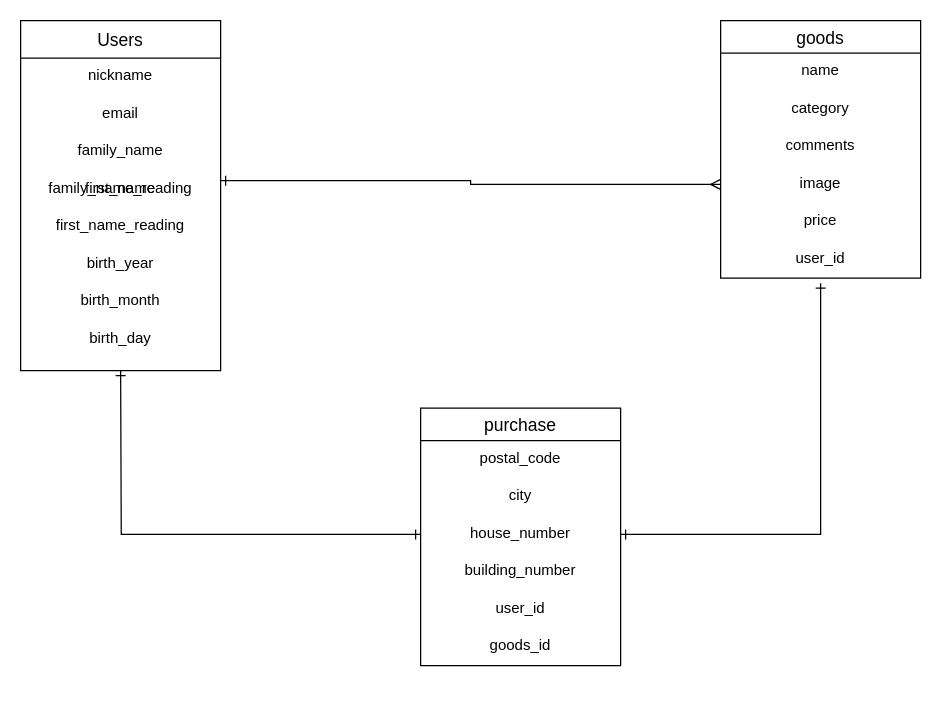
Before: furima.dio in xxxkana/furima-36249, a draw.io diagram. Source tidied: cells renumbered, new cells numbered last; positions are measured from the earlier drawing's top-left corner, leaving out a move shared by most shapes. Both pictures are drawn from the tidied source at 125%, with x=0, y=0 at pixel (20, 20).
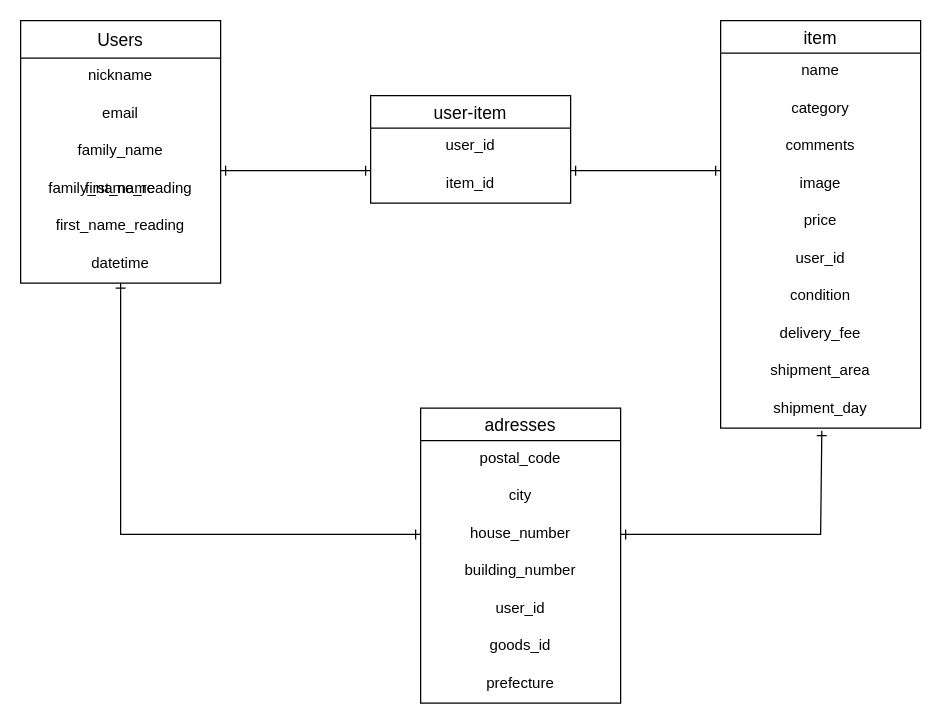
The same diagram, later.

Commit message (it also covers changes not shown here):
テーブル設計修正１

Unchanged cells that the change refers to:
```xml
<mxCell id="15" value="image" style="text;strokeColor=none;fillColor=none;spacingLeft=4;spacingRight=4;overflow=hidden;points=[[0,0.5],[1,0.5]];portConstraint=eastwest;fontSize=12;align=center;" parent="11" vertex="1">
  <mxGeometry y="116" width="160" height="30" as="geometry" />
</mxCell>
<mxCell id="21" value="house_number" style="text;strokeColor=none;fillColor=none;spacingLeft=4;spacingRight=4;overflow=hidden;points=[[0,0.5],[1,0.5]];portConstraint=eastwest;fontSize=12;align=center;" parent="18" vertex="1">
  <mxGeometry y="86" width="160" height="30" as="geometry" />
</mxCell>
<mxCell id="25" value="first_name" style="text;strokeColor=none;fillColor=none;spacingLeft=4;spacingRight=4;overflow=hidden;points=[[0,0.5],[1,0.5]];portConstraint=eastwest;fontSize=12;align=center;" parent="1" vertex="1">
  <mxGeometry y="120" width="160" height="30" as="geometry" />
</mxCell>
```

Change to the diagram source:
```diff
@@
     <mxCell id="2" value="Users" style="swimlane;fontStyle=0;horizontal=1;startSize=30;align=center;fontSize=14;" parent="1" vertex="1">
-      <mxGeometry width="160" height="280" as="geometry" />
+      <mxGeometry width="160" height="210" as="geometry" />
     </mxCell>
@@
-    <mxCell id="8" value="birth_year" style="text;strokeColor=none;fillColor=none;spacingLeft=4;spacingRight=4;overflow=hidden;fontSize=12;align=center;" parent="2" vertex="1">
-      <mxGeometry y="180" width="160" height="30" as="geometry" />
-    </mxCell>
-    <mxCell id="9" value="birth_month" style="text;strokeColor=none;fillColor=none;spacingLeft=4;spacingRight=4;overflow=hidden;fontSize=12;align=center;" parent="2" vertex="1">
-      <mxGeometry y="210" width="160" height="30" as="geometry" />
-    </mxCell>
-    <mxCell id="10" value="birth_day" style="text;strokeColor=none;fillColor=none;spacingLeft=4;spacingRight=4;overflow=hidden;fontSize=12;align=center;" parent="2" vertex="1">
-      <mxGeometry y="240" width="160" height="40" as="geometry" />
-    </mxCell>
+    <mxCell id="29" value="datetime" style="text;strokeColor=none;fillColor=none;spacingLeft=4;spacingRight=4;overflow=hidden;points=[[0,0.5],[1,0.5]];portConstraint=eastwest;fontSize=12;align=center;" parent="2" vertex="1">
+      <mxGeometry y="180" width="160" height="30" as="geometry" />
+    </mxCell>
-    <mxCell id="11" value="goods" style="swimlane;fontStyle=0;horizontal=1;startSize=26;align=center;fontSize=14;" parent="1" vertex="1">
-      <mxGeometry x="560" width="160" height="206" as="geometry" />
+    <mxCell id="11" value="item" style="swimlane;fontStyle=0;horizontal=1;startSize=26;align=center;fontSize=14;" parent="1" vertex="1">
+      <mxGeometry x="560" width="160" height="326" as="geometry" />
     </mxCell>
@@
+    <mxCell id="30" value="condition" style="text;strokeColor=none;fillColor=none;spacingLeft=4;spacingRight=4;overflow=hidden;fontSize=12;align=center;" parent="11" vertex="1">
+      <mxGeometry y="206" width="160" height="30" as="geometry" />
+    </mxCell>
+    <mxCell id="31" value="delivery_fee" style="text;strokeColor=none;fillColor=none;spacingLeft=4;spacingRight=4;overflow=hidden;fontSize=12;align=center;" parent="11" vertex="1">
+      <mxGeometry y="236" width="160" height="30" as="geometry" />
+    </mxCell>
+    <mxCell id="32" value="shipment_area" style="text;strokeColor=none;fillColor=none;spacingLeft=4;spacingRight=4;overflow=hidden;fontSize=12;align=center;" parent="11" vertex="1">
+      <mxGeometry y="266" width="160" height="30" as="geometry" />
+    </mxCell>
+    <mxCell id="33" value="shipment_day" style="text;strokeColor=none;fillColor=none;spacingLeft=4;spacingRight=4;overflow=hidden;points=[[0,0.5],[1,0.5]];portConstraint=eastwest;fontSize=12;align=center;" parent="11" vertex="1">
+      <mxGeometry y="296" width="160" height="30" as="geometry" />
+    </mxCell>
-    <mxCell id="18" value="purchase" style="swimlane;fontStyle=0;horizontal=1;startSize=26;align=center;fontSize=14;" parent="1" vertex="1">
-      <mxGeometry x="320" y="310" width="160" height="206" as="geometry" />
+    <mxCell id="18" value="adresses" style="swimlane;fontStyle=0;horizontal=1;startSize=26;align=center;fontSize=14;" parent="1" vertex="1">
+      <mxGeometry x="320" y="310" width="160" height="236" as="geometry" />
     </mxCell>
@@
+    <mxCell id="34" value="prefecture" style="text;strokeColor=none;fillColor=none;spacingLeft=4;spacingRight=4;overflow=hidden;fontSize=12;align=center;" parent="18" vertex="1">
+      <mxGeometry y="206" width="160" height="30" as="geometry" />
+    </mxCell>
@@
-    <mxCell id="26" style="edgeStyle=orthogonalEdgeStyle;rounded=0;jettySize=auto;html=1;exitX=0;exitY=0.5;exitDx=0;exitDy=0;entryX=1;entryY=0.267;entryDx=0;entryDy=0;entryPerimeter=0;startArrow=ERmany;startFill=0;align=center;endArrow=ERone;endFill=0;" parent="1" edge="1" source="15" target="25">
-      <mxGeometry relative="1" as="geometry" />
-    </mxCell>
-    <mxCell id="27" style="edgeStyle=orthogonalEdgeStyle;rounded=0;jettySize=auto;html=1;exitX=1;exitY=0.5;exitDx=0;exitDy=0;startArrow=ERone;startFill=0;align=center;endArrow=ERone;endFill=0;" parent="1" edge="1" source="21">
+    <mxCell id="27" style="edgeStyle=orthogonalEdgeStyle;rounded=0;jettySize=auto;html=1;exitX=1;exitY=0.5;exitDx=0;exitDy=0;startArrow=ERone;startFill=0;align=center;endArrow=ERone;endFill=0;entryX=0.506;entryY=1.067;entryDx=0;entryDy=0;entryPerimeter=0;" parent="1" edge="1" source="21" target="33">
       <mxGeometry relative="1" as="geometry">
-        <mxPoint x="640" y="210" as="targetPoint" />
         <Array as="points">
           <mxPoint x="640" y="411" />
         </Array>
       </mxGeometry>
     </mxCell>
-    <mxCell id="28" style="edgeStyle=orthogonalEdgeStyle;rounded=0;jettySize=auto;html=1;exitX=0;exitY=0.5;exitDx=0;exitDy=0;startArrow=ERone;startFill=0;endArrow=ERone;endFill=0;align=center;" parent="1" edge="1" source="21">
-      <mxGeometry relative="1" as="geometry">
-        <mxPoint x="80" y="280" as="targetPoint" />
-      </mxGeometry>
+    <mxCell id="28" style="edgeStyle=orthogonalEdgeStyle;rounded=0;jettySize=auto;html=1;exitX=0;exitY=0.5;exitDx=0;exitDy=0;startArrow=ERone;startFill=0;endArrow=ERone;endFill=0;align=center;entryX=0.5;entryY=1;entryDx=0;entryDy=0;entryPerimeter=0;" parent="1" edge="1" source="21" target="29">
+      <mxGeometry relative="1" as="geometry" />
     </mxCell>
+    <mxCell id="35" value="user-item" style="swimlane;fontStyle=0;horizontal=1;startSize=26;align=center;fontSize=14;" parent="1" vertex="1">
+      <mxGeometry x="280" y="60" width="160" height="86" as="geometry" />
+    </mxCell>
+    <mxCell id="36" value="user_id" style="text;strokeColor=none;fillColor=none;spacingLeft=4;spacingRight=4;overflow=hidden;fontSize=12;align=center;" parent="35" vertex="1">
+      <mxGeometry y="26" width="160" height="30" as="geometry" />
+    </mxCell>
+    <mxCell id="37" value="item_id" style="text;strokeColor=none;fillColor=none;spacingLeft=4;spacingRight=4;overflow=hidden;fontSize=12;align=center;" parent="35" vertex="1">
+      <mxGeometry y="56" width="160" height="30" as="geometry" />
+    </mxCell>
+    <mxCell id="38" style="endArrow=ERone;html=1;rounded=0;align=center;endFill=0;startArrow=ERone;startFill=0;" parent="1" edge="1">
+      <mxGeometry relative="1" as="geometry">
+        <mxPoint x="160" y="120" as="sourcePoint" />
+        <mxPoint x="280" y="120" as="targetPoint" />
+      </mxGeometry>
+    </mxCell>
+    <mxCell id="39" style="endArrow=ERone;html=1;rounded=0;align=center;endFill=0;startArrow=ERone;startFill=0;" parent="1" edge="1">
+      <mxGeometry relative="1" as="geometry">
+        <mxPoint x="440" y="120" as="sourcePoint" />
+        <mxPoint x="560" y="120" as="targetPoint" />
+      </mxGeometry>
+    </mxCell>
```
